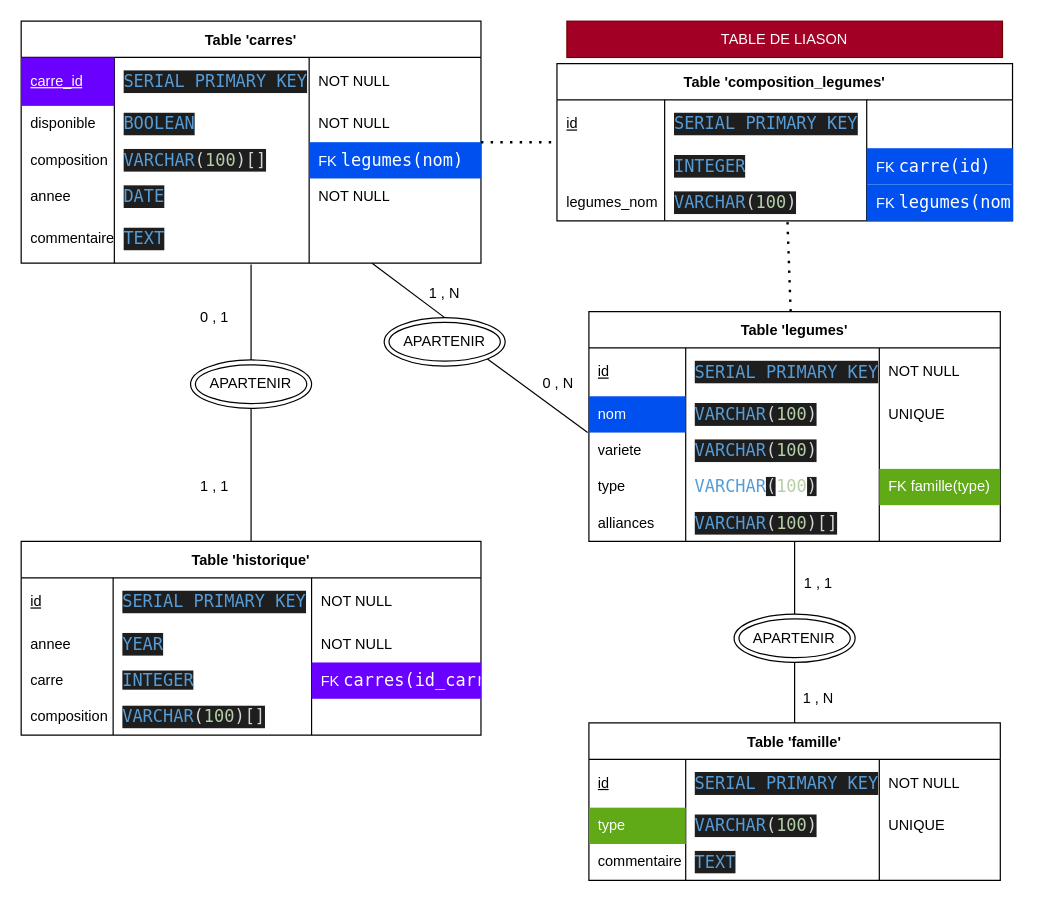
Above: SCHEMA/MDC.drawio in Loic-Dubrion/jardin (draw.io), before the change. Source tidied: cells renumbered, new cells numbered last; positions are measured from the earlier drawing's top-left corner, leaving out a move shared by most shapes. Both pictures are drawn from the tidied source at 121%, with x=0, y=0 at pixel (21, 21).
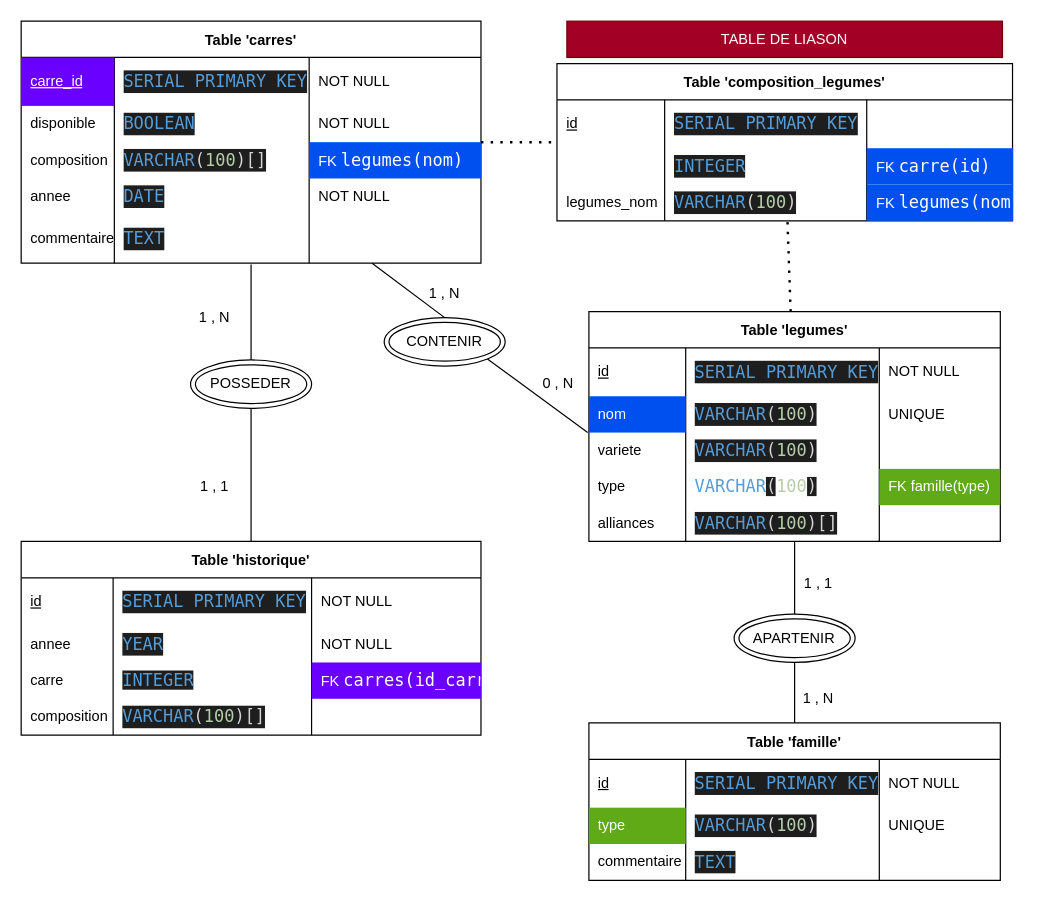
After the change.

The edit, as a diff of the source:
```diff
@@
-    <mxCell id="40" value="APARTENIR" style="ellipse;shape=doubleEllipse;whiteSpace=wrap;html=1;labelBackgroundColor=none;fillColor=none;" parent="1" vertex="1">
+    <mxCell id="40" value="POSSEDER" style="ellipse;shape=doubleEllipse;whiteSpace=wrap;html=1;labelBackgroundColor=none;fillColor=none;" parent="1" vertex="1">
       <mxGeometry x="140" y="280" width="100" height="40" as="geometry" />
     </mxCell>
@@
-    <mxCell id="43" value="0 , 1" style="text;html=1;strokeColor=none;fillColor=none;align=center;verticalAlign=middle;whiteSpace=wrap;rounded=0;" parent="1" vertex="1">
+    <mxCell id="43" value="1 , N" style="text;html=1;strokeColor=none;fillColor=none;align=center;verticalAlign=middle;whiteSpace=wrap;rounded=0;" parent="1" vertex="1">
       <mxGeometry x="130" y="230" width="60" height="30" as="geometry" />
     </mxCell>
@@
-    <mxCell id="84" value="APARTENIR" style="ellipse;shape=doubleEllipse;whiteSpace=wrap;html=1;labelBackgroundColor=none;fillColor=none;direction=west;horizontal=1;" parent="1" vertex="1">
+    <mxCell id="84" value="CONTENIR" style="ellipse;shape=doubleEllipse;whiteSpace=wrap;html=1;labelBackgroundColor=none;fillColor=none;direction=west;horizontal=1;" parent="1" vertex="1">
       <mxGeometry x="300" y="245" width="100" height="40" as="geometry" />
     </mxCell>
```
